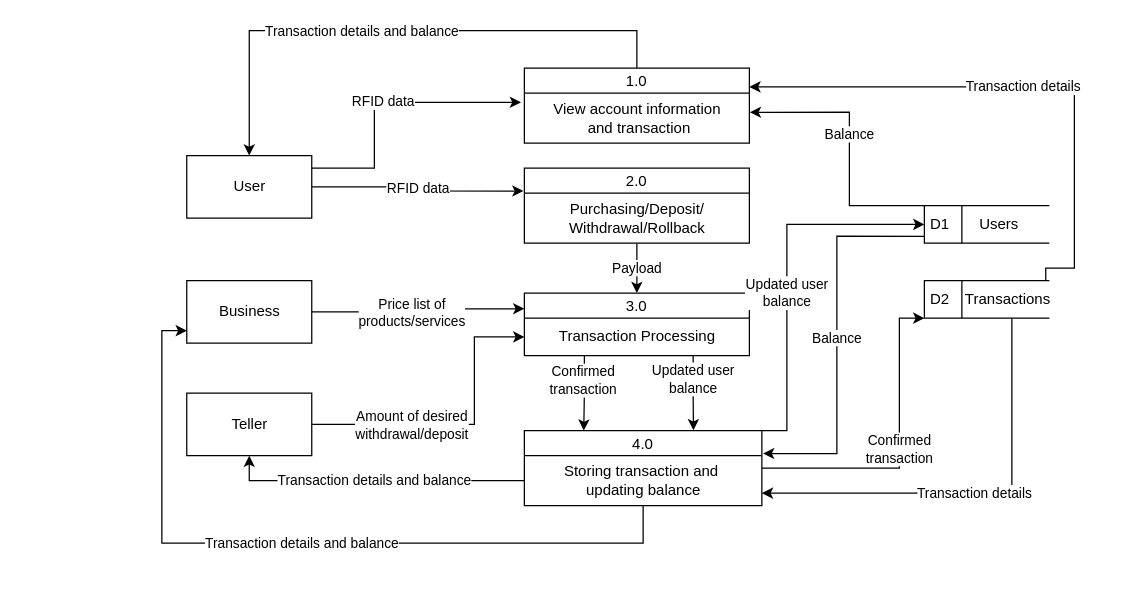
Earlier version of the draw.io diagram page "DFD - Level 1" (10 of 15) of docs/AUPay Diagrams.drawio (1icolo/AUPay). Source tidied: cells renumbered, new cells numbered last; positions are measured from the earlier drawing's top-left corner, leaving out a move shared by most shapes. Both pictures are drawn from the tidied source at 125%, with x=0, y=0 at pixel (161, 30).
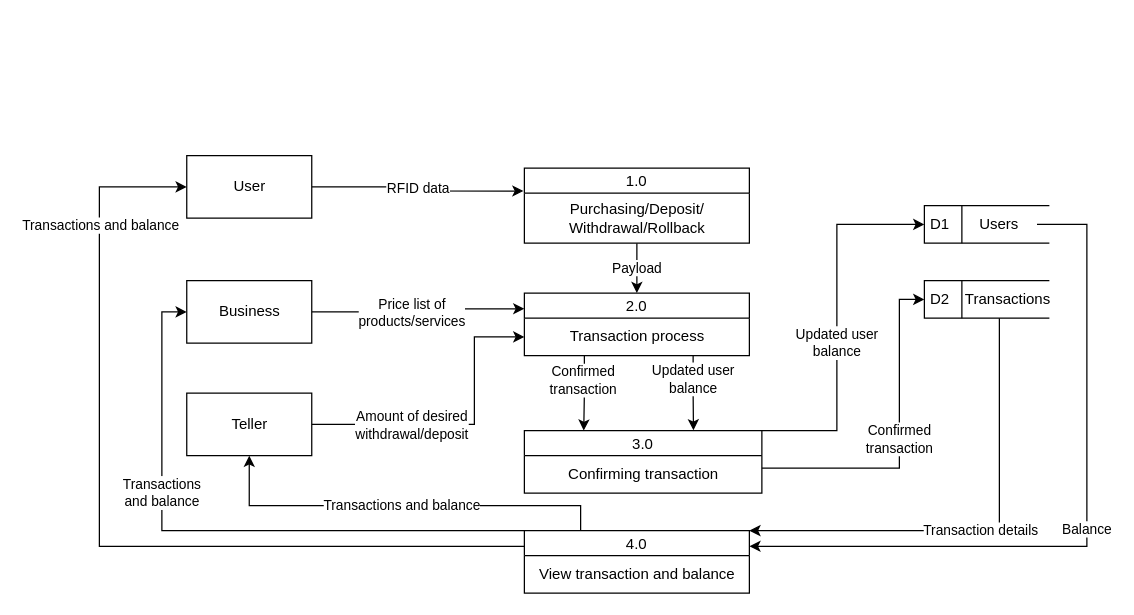
Above is the later version.

The change refers to these unchanged cells:
```xml
<mxCell id="4" value="User" style="html=1;dashed=0;whitespace=wrap;rounded=0;shadow=0;sketch=0;" parent="1" vertex="1">
  <mxGeometry x="19.9" y="100" width="100" height="50" as="geometry" />
</mxCell>
<mxCell id="11" value="Business" style="html=1;dashed=0;whitespace=wrap;rounded=0;shadow=0;sketch=0;" parent="1" vertex="1">
  <mxGeometry x="19.9" y="200" width="100" height="50" as="geometry" />
</mxCell>
<mxCell id="19" value="D1" style="html=1;dashed=0;whitespace=wrap;shape=mxgraph.dfd.dataStoreID;align=left;spacingLeft=3;points=[[0,0],[0.5,0],[1,0],[0,0.5],[1,0.5],[0,1],[0.5,1],[1,1]];" parent="18" vertex="1">
  <mxGeometry width="100" height="30" as="geometry" />
</mxCell>
<mxCell id="20" value="Users" style="text;strokeColor=none;align=center;fillColor=none;html=1;verticalAlign=middle;whiteSpace=wrap;rounded=0;" parent="18" vertex="1">
  <mxGeometry x="30.1" width="60" height="30" as="geometry" />
</mxCell>
<mxCell id="22" value="D2" style="html=1;dashed=0;whitespace=wrap;shape=mxgraph.dfd.dataStoreID;align=left;spacingLeft=3;points=[[0,0],[0.5,0],[1,0],[0,0.5],[1,0.5],[0,1],[0.5,1],[1,1]];" parent="21" vertex="1">
  <mxGeometry width="100" height="30" as="geometry" />
</mxCell>
<mxCell id="23" value="Transactions" style="text;strokeColor=none;align=center;fillColor=none;html=1;verticalAlign=middle;whiteSpace=wrap;rounded=0;" parent="21" vertex="1">
  <mxGeometry x="37.1" width="60" height="30" as="geometry" />
</mxCell>
<mxCell id="26" value="Teller" style="html=1;dashed=0;whitespace=wrap;rounded=0;shadow=0;sketch=0;" parent="1" vertex="1">
  <mxGeometry x="19.9" y="290" width="100" height="50" as="geometry" />
</mxCell>
```

What changed in the source:
```diff
@@
-    <mxCell id="2" value="RFID data" style="edgeStyle=orthogonalEdgeStyle;rounded=0;jettySize=auto;html=1;entryX=-0.015;entryY=0.184;entryDx=0;entryDy=0;entryPerimeter=0;" parent="1" edge="1" source="4" target="8">
-      <mxGeometry relative="1" as="geometry">
-        <Array as="points">
-          <mxPoint x="170" y="110" />
-          <mxPoint x="170" y="57" />
-        </Array>
-      </mxGeometry>
-    </mxCell>
@@
-    <mxCell id="5" style="edgeStyle=orthogonalEdgeStyle;rounded=0;jettySize=auto;html=1;entryX=0.5;entryY=0;entryDx=0;entryDy=0;" parent="1" edge="1" source="7" target="4">
+    <mxCell id="5" style="edgeStyle=orthogonalEdgeStyle;rounded=0;jettySize=auto;html=1;entryX=0;entryY=0.5;entryDx=0;entryDy=0;exitX=0;exitY=0.25;exitDx=0;exitDy=0;" parent="1" edge="1" source="7" target="4">
       <mxGeometry relative="1" as="geometry">
         <Array as="points">
-          <mxPoint x="380" />
-          <mxPoint x="70" />
+          <mxPoint x="-50" y="413" />
+          <mxPoint x="-50" y="125" />
         </Array>
       </mxGeometry>
     </mxCell>
-    <mxCell id="6" value="Transaction details and balance" style="edgeLabel;html=1;align=center;verticalAlign=middle;" parent="5" vertex="1">
-      <mxGeometry x="0.14" relative="1" as="geometry" />
+    <mxCell id="6" value="Transactions and balance" style="edgeLabel;html=1;align=center;verticalAlign=middle;" parent="5" vertex="1">
+      <mxGeometry x="0.14" relative="1" as="geometry">
+        <mxPoint y="-199" as="offset" />
+      </mxGeometry>
     </mxCell>
+    <mxCell id="39" value="&lt;span style=&quot;color: rgb(0, 0, 0); font-family: Helvetica; font-size: 11px; font-style: normal; font-variant-ligatures: normal; font-variant-caps: normal; font-weight: 400; letter-spacing: normal; orphans: 2; text-align: center; text-indent: 0px; text-transform: none; widows: 2; word-spacing: 0px; -webkit-text-stroke-width: 0px; background-color: rgb(255, 255, 255); text-decoration-thickness: initial; text-decoration-style: initial; text-decoration-color: initial; float: none; display: inline !important;&quot;&gt;Transactions &lt;br&gt;and balance&lt;/span&gt;" style="edgeStyle=orthogonalEdgeStyle;rounded=0;jettySize=auto;html=1;entryX=0;entryY=0.5;entryDx=0;entryDy=0;" parent="1" edge="1" source="7" target="11">
+      <mxGeometry x="0.32" relative="1" as="geometry">
+        <Array as="points">
+          <mxPoint y="400" />
+          <mxPoint y="225" />
+        </Array>
+      </mxGeometry>
+    </mxCell>
+    <mxCell id="40" value="Transactions and balance" style="edgeStyle=orthogonalEdgeStyle;rounded=0;jettySize=auto;html=1;exitX=0.25;exitY=0;exitDx=0;exitDy=0;entryX=0.5;entryY=1;entryDx=0;entryDy=0;" parent="1" edge="1" source="7" target="26">
+      <mxGeometry relative="1" as="geometry">
+        <Array as="points">
+          <mxPoint x="335" y="380" />
+          <mxPoint x="70" y="380" />
+        </Array>
+      </mxGeometry>
+    </mxCell>
-    <mxCell id="7" value="1.0" style="swimlane;fontStyle=0;horizontal=1;startSize=20;fillColor=#ffffff;swimlaneFillColor=#ffffff;rounded=0;shadow=0;sketch=0;" parent="1" vertex="1">
-      <mxGeometry x="290" y="30" width="180" height="60" as="geometry" />
+    <mxCell id="7" value="4.0" style="swimlane;fontStyle=0;horizontal=1;startSize=20;fillColor=#ffffff;swimlaneFillColor=#ffffff;rounded=0;shadow=0;sketch=0;" parent="1" vertex="1">
+      <mxGeometry x="290" y="400" width="180" height="50" as="geometry" />
     </mxCell>
-    <mxCell id="8" value="View account information&lt;br&gt;&amp;nbsp;and&amp;nbsp;transaction" style="text;html=1;align=center;verticalAlign=middle;points=[];strokeColor=none;fillColor=none;" parent="7" vertex="1">
-      <mxGeometry y="20" width="180" height="40" as="geometry" />
+    <mxCell id="8" value="View transaction and balance" style="text;html=1;align=center;verticalAlign=middle;points=[];strokeColor=none;fillColor=none;" parent="7" vertex="1">
+      <mxGeometry y="20" width="180" height="30" as="geometry" />
     </mxCell>
@@
-    <mxCell id="13" value="3.0" style="swimlane;fontStyle=0;horizontal=1;startSize=20;fillColor=#ffffff;swimlaneFillColor=#ffffff;rounded=0;shadow=0;sketch=0;" parent="1" vertex="1">
+    <mxCell id="13" value="2.0" style="swimlane;fontStyle=0;horizontal=1;startSize=20;fillColor=#ffffff;swimlaneFillColor=#ffffff;rounded=0;shadow=0;sketch=0;" parent="1" vertex="1">
       <mxGeometry x="290" y="210" width="180" height="50" as="geometry" />
     </mxCell>
-    <mxCell id="14" value="Transaction Processing" style="text;html=1;align=center;verticalAlign=middle;points=[];strokeColor=none;fillColor=none;" parent="13" vertex="1">
+    <mxCell id="14" value="Transaction process" style="text;html=1;align=center;verticalAlign=middle;points=[];strokeColor=none;fillColor=none;" parent="13" vertex="1">
       <mxGeometry y="20" width="180" height="30" as="geometry" />
     </mxCell>
@@
-    <mxCell id="16" value="2.0" style="swimlane;fontStyle=0;horizontal=1;startSize=20;fillColor=#ffffff;swimlaneFillColor=#ffffff;rounded=0;shadow=0;sketch=0;" parent="1" vertex="1">
+    <mxCell id="16" value="1.0" style="swimlane;fontStyle=0;horizontal=1;startSize=20;fillColor=#ffffff;swimlaneFillColor=#ffffff;rounded=0;shadow=0;sketch=0;" parent="1" vertex="1">
       <mxGeometry x="290" y="110" width="180" height="60" as="geometry" />
     </mxCell>
@@
-    <mxCell id="28" value="4.0" style="swimlane;fontStyle=0;horizontal=1;startSize=20;fillColor=#ffffff;swimlaneFillColor=#ffffff;rounded=0;shadow=0;sketch=0;" parent="1" vertex="1">
-      <mxGeometry x="290" y="320" width="190" height="60" as="geometry" />
+    <mxCell id="28" value="3.0" style="swimlane;fontStyle=0;horizontal=1;startSize=20;fillColor=#ffffff;swimlaneFillColor=#ffffff;rounded=0;shadow=0;sketch=0;" parent="1" vertex="1">
+      <mxGeometry x="290" y="320" width="190" height="50" as="geometry" />
     </mxCell>
-    <mxCell id="29" value="Storing transaction and&amp;nbsp;&lt;br&gt;updating balance" style="text;html=1;align=center;verticalAlign=middle;points=[];strokeColor=none;fillColor=none;" parent="28" vertex="1">
-      <mxGeometry y="20" width="190" height="40" as="geometry" />
+    <mxCell id="29" value="Confirming transaction" style="text;html=1;align=center;verticalAlign=middle;points=[];strokeColor=none;fillColor=none;" parent="28" vertex="1">
+      <mxGeometry y="20" width="190" height="30" as="geometry" />
     </mxCell>
-    <mxCell id="30" style="edgeStyle=orthogonalEdgeStyle;rounded=0;jettySize=auto;html=1;entryX=1.002;entryY=0.383;entryDx=0;entryDy=0;entryPerimeter=0;exitX=0;exitY=0;exitDx=0;exitDy=0;" parent="1" edge="1" source="19" target="8">
-      <mxGeometry relative="1" as="geometry">
-        <Array as="points">
-          <mxPoint x="550" y="140" />
-          <mxPoint x="550" y="65" />
-        </Array>
-      </mxGeometry>
-    </mxCell>
-    <mxCell id="31" value="Balance" style="edgeLabel;html=1;align=center;verticalAlign=middle;" parent="30" vertex="1">
-      <mxGeometry x="0.1" y="1" relative="1" as="geometry" />
-    </mxCell>
-    <mxCell id="32" value="Confirmed&lt;br&gt;transaction" style="edgeStyle=orthogonalEdgeStyle;rounded=0;jettySize=auto;html=1;entryX=0;entryY=1;entryDx=0;entryDy=0;" parent="1" edge="1" source="29" target="22">
+    <mxCell id="32" value="Confirmed&lt;br&gt;transaction" style="edgeStyle=orthogonalEdgeStyle;rounded=0;jettySize=auto;html=1;entryX=0;entryY=0.5;entryDx=0;entryDy=0;" parent="1" edge="1" source="29" target="22">
       <mxGeometry relative="1" as="geometry">
         <Array as="points">
           <mxPoint x="590" y="350" />
-          <mxPoint x="590" y="230" />
+          <mxPoint x="590" y="215" />
         </Array>
       </mxGeometry>
     </mxCell>
     <mxCell id="33" value="Updated user&lt;br&gt;balance" style="edgeStyle=orthogonalEdgeStyle;rounded=0;jettySize=auto;html=1;entryX=0;entryY=0.5;entryDx=0;entryDy=0;" parent="1" edge="1" target="19">
       <mxGeometry x="-0.12" relative="1" as="geometry">
         <mxPoint x="480" y="320" as="sourcePoint" />
         <Array as="points">
-          <mxPoint x="500" y="320" />
-          <mxPoint x="500" y="155" />
+          <mxPoint x="540" y="320" />
+          <mxPoint x="540" y="155" />
         </Array>
       </mxGeometry>
     </mxCell>
+    <mxCell id="41" value="Balance" style="edgeStyle=orthogonalEdgeStyle;rounded=0;jettySize=auto;html=1;entryX=1;entryY=0.25;entryDx=0;entryDy=0;" parent="1" edge="1" source="20" target="7">
+      <mxGeometry relative="1" as="geometry">
+        <Array as="points">
+          <mxPoint x="740" y="155" />
+          <mxPoint x="740" y="413" />
+        </Array>
+      </mxGeometry>
+    </mxCell>
-    <mxCell id="34" value="Transaction details" style="edgeStyle=orthogonalEdgeStyle;rounded=0;jettySize=auto;html=1;entryX=1;entryY=0.25;entryDx=0;entryDy=0;exitX=1;exitY=0;exitDx=0;exitDy=0;" parent="1" edge="1" source="23" target="7">
+    <mxCell id="34" value="Transaction details" style="edgeStyle=orthogonalEdgeStyle;rounded=0;jettySize=auto;html=1;entryX=1;entryY=0;entryDx=0;entryDy=0;" parent="1" edge="1" source="23" target="7">
       <mxGeometry relative="1" as="geometry">
         <Array as="points">
-          <mxPoint x="707" y="190" />
-          <mxPoint x="730" y="190" />
-          <mxPoint x="730" y="45" />
+          <mxPoint x="670" y="400" />
         </Array>
       </mxGeometry>
     </mxCell>
-    <mxCell id="35" value="Transaction details and balance" style="edgeStyle=orthogonalEdgeStyle;rounded=0;jettySize=auto;html=1;entryX=0.5;entryY=1;entryDx=0;entryDy=0;" parent="1" edge="1" source="29" target="26">
-      <mxGeometry relative="1" as="geometry" />
-    </mxCell>
-    <mxCell id="36" value="Transaction details and balance" style="edgeStyle=orthogonalEdgeStyle;rounded=0;jettySize=auto;html=1;" parent="1" edge="1" source="29">
-      <mxGeometry relative="1" as="geometry">
-        <mxPoint x="20" y="240" as="targetPoint" />
-        <Array as="points">
-          <mxPoint x="385" y="410" />
-          <mxPoint y="410" />
-          <mxPoint y="240" />
-          <mxPoint x="20" y="240" />
-        </Array>
-      </mxGeometry>
-    </mxCell>
-    <mxCell id="37" value="Balance" style="edgeStyle=orthogonalEdgeStyle;rounded=0;jettySize=auto;html=1;entryX=1.005;entryY=-0.041;entryDx=0;entryDy=0;entryPerimeter=0;exitX=-0.001;exitY=0.818;exitDx=0;exitDy=0;exitPerimeter=0;" parent="1" edge="1" source="19" target="29">
-      <mxGeometry relative="1" as="geometry">
-        <Array as="points">
-          <mxPoint x="540" y="164" />
-          <mxPoint x="540" y="338" />
-        </Array>
-      </mxGeometry>
-    </mxCell>
-    <mxCell id="38" value="Transaction details" style="edgeStyle=orthogonalEdgeStyle;rounded=0;jettySize=auto;html=1;" parent="1" edge="1" source="23">
-      <mxGeometry relative="1" as="geometry">
-        <mxPoint x="480" y="370" as="targetPoint" />
-        <Array as="points">
-          <mxPoint x="680" y="370" />
-        </Array>
-      </mxGeometry>
-    </mxCell>
```
